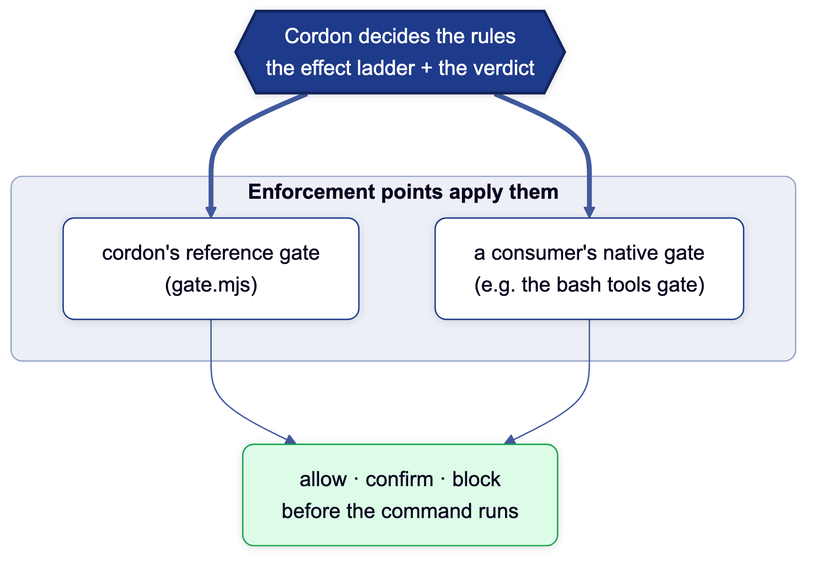
The Mermaid diagram docs/diagrams/harness-gate.png in joeseverino/cordon, before a commit. Its source is kept beside it as docs/diagrams/harness-gate.mmd.
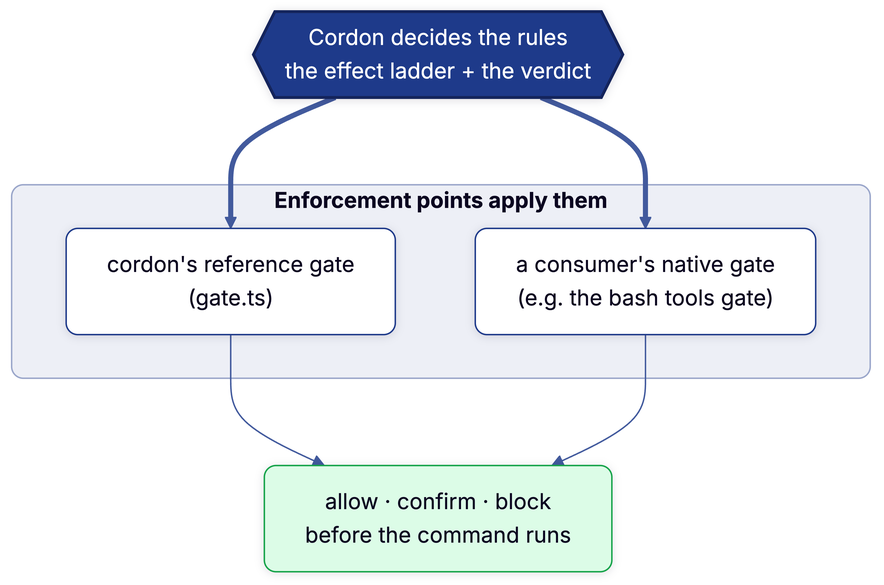
After the change.

What changed in the source:
```diff
@@ -4,7 +4,7 @@
 
     subgraph peps["Enforcement points apply them"]
         direction LR
-        h["cordon's reference gate<br/>(gate.mjs)"]
+        h["cordon's reference gate<br/>(gate.ts)"]
         n["a consumer's native gate<br/>(e.g. the bash tools gate)"]
     end
 
```
